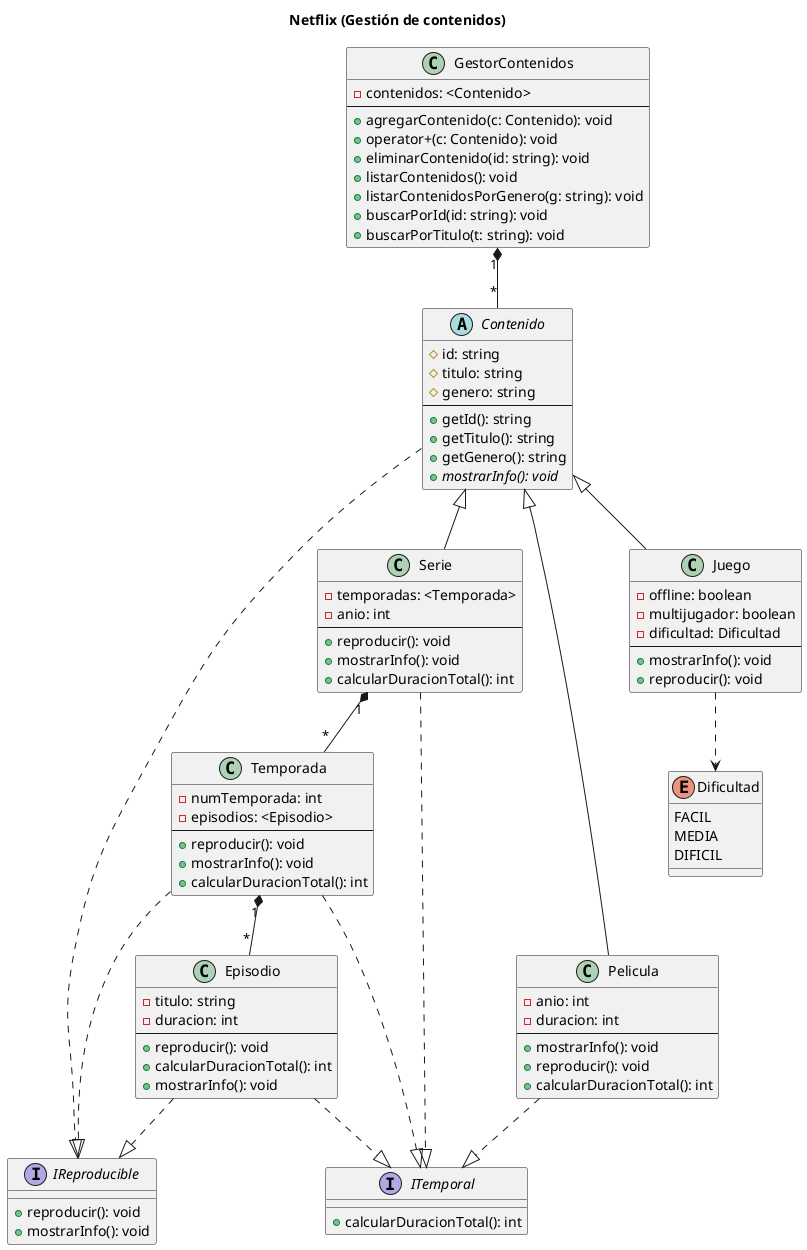
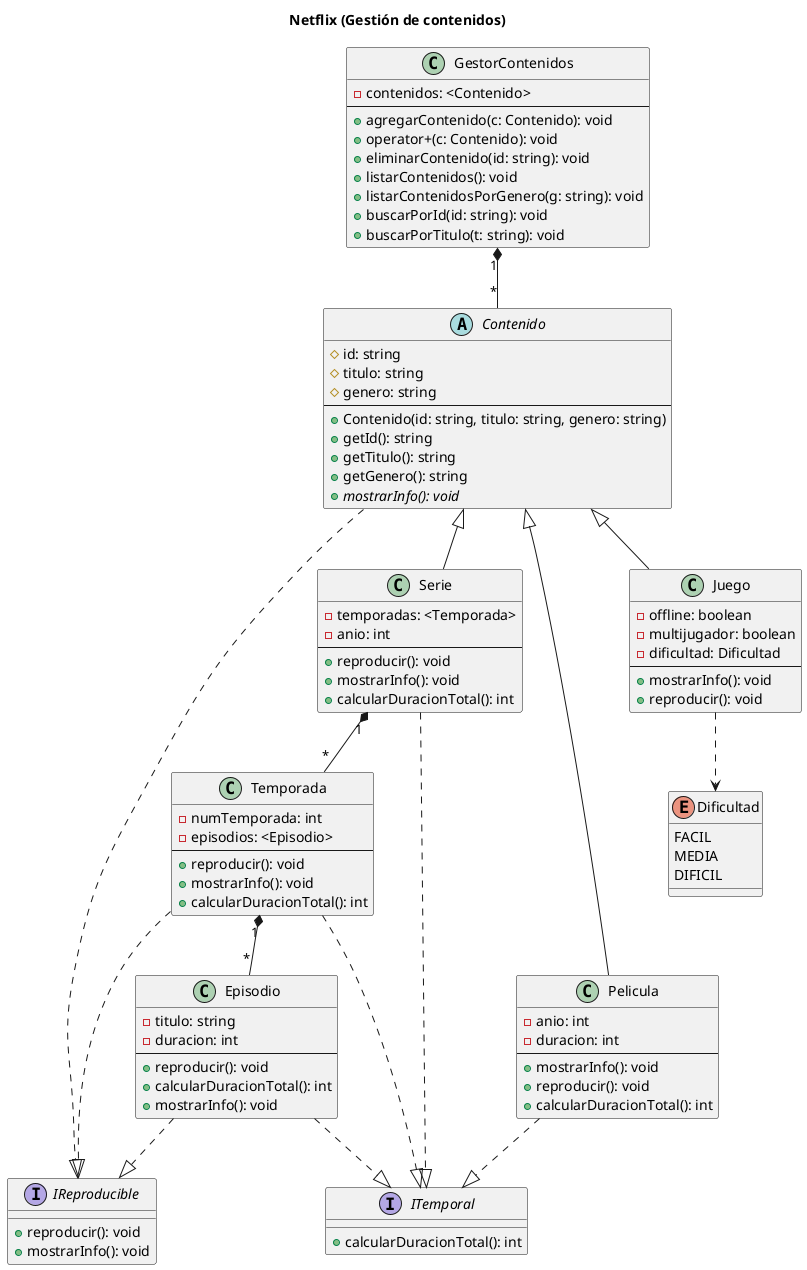
@startuml gestor_streaming
title Netflix (Gestión de contenidos)

interface IReproducible {
  + reproducir(): void
  + mostrarInfo(): void
}

interface ITemporal {
  + calcularDuracionTotal(): int
}

abstract class Contenido {
  # id: string
  # titulo: string
  # genero: string
  ---
+   + Contenido(id: string, titulo: string, genero: string)
  + getId(): string
  + getTitulo(): string
  + getGenero(): string
  + {abstract} mostrarInfo(): void
}

class GestorContenidos {
  - contenidos: <Contenido>
  ---
  + agregarContenido(c: Contenido): void
  + operator+(c: Contenido): void
  + eliminarContenido(id: string): void
  + listarContenidos(): void
  + listarContenidosPorGenero(g: string): void
  + buscarPorId(id: string): void
  + buscarPorTitulo(t: string): void
}

class Pelicula {
  - anio: int
  - duracion: int
  ---
  + mostrarInfo(): void
  + reproducir(): void
  + calcularDuracionTotal(): int
}

class Serie {
  - temporadas: <Temporada>
  - anio: int
  ---
  + reproducir(): void
  + mostrarInfo(): void
  + calcularDuracionTotal(): int
}

class Juego {
  - offline: boolean
  - multijugador: boolean
  - dificultad: Dificultad
  ---
  + mostrarInfo(): void
  + reproducir(): void
}

enum Dificultad {
  FACIL
  MEDIA
  DIFICIL
}

class Temporada {
  - numTemporada: int
  - episodios: <Episodio>
  ---
  + reproducir(): void
  + mostrarInfo(): void
  + calcularDuracionTotal(): int
}

class Episodio {
  - titulo: string
  - duracion: int
  ---
  + reproducir(): void
  + calcularDuracionTotal(): int
  + mostrarInfo(): void
}

' Jerarquía principal
Contenido <|-- Pelicula
Contenido <|-- Serie
Contenido <|-- Juego

' Interfaces
Contenido ..|> IReproducible
Episodio ..|> IReproducible
Temporada ..|> IReproducible

Pelicula ..|> ITemporal
Serie ..|> ITemporal
Temporada ..|> ITemporal
Episodio ..|> ITemporal

' Composiciones
GestorContenidos "1" *-- "*" Contenido
Serie "1" *-- "*" Temporada
Temporada "1" *-- "*" Episodio

' Dependencia
Juego ..> Dificultad

@enduml